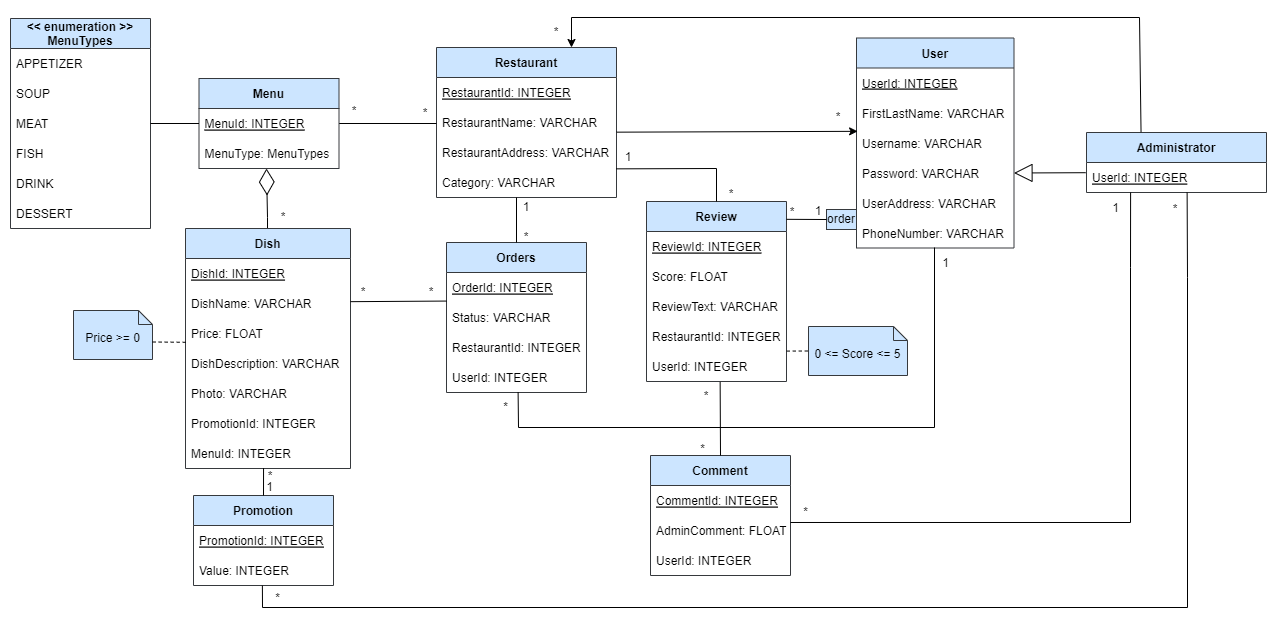
The draw.io diagram database.png in DanielaTomas/FEUP-LTW, before a commit. Source tidied: cells renumbered, new cells last; positions are measured from the earlier drawing's top-left corner, leaving out a move shared by most shapes.
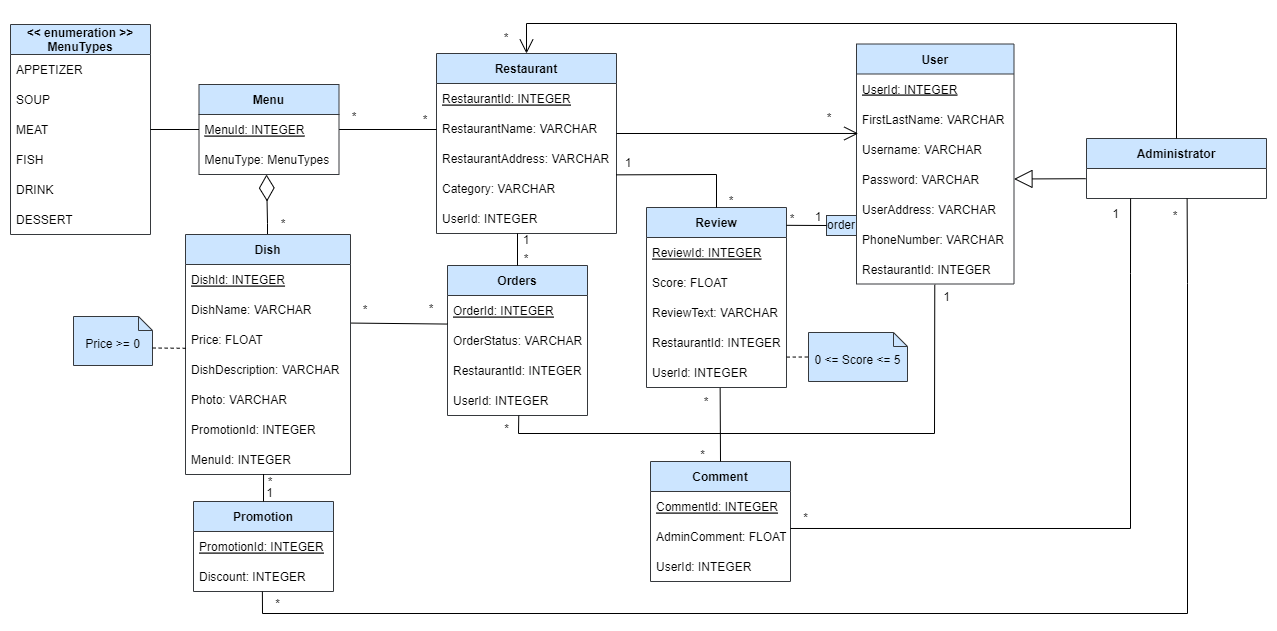
After the change.

What changed in the source:
```diff
@@ -3,7 +3,7 @@
     <mxCell id="0" />
     <mxCell id="1" parent="0" />
     <mxCell id="2" value="Restaurant" style="swimlane;fontStyle=1;horizontal=1;startSize=30;fillColor=#cce5ff;strokeColor=#36393d;" parent="1" vertex="1">
-      <mxGeometry x="426" y="31" width="180" height="150" as="geometry" />
+      <mxGeometry x="426" y="31" width="180" height="180" as="geometry" />
     </mxCell>
     <mxCell id="3" value="RestaurantId: INTEGER" style="text;strokeColor=none;fillColor=none;align=left;verticalAlign=middle;spacingLeft=4;spacingRight=4;overflow=hidden;fontStyle=4;" parent="2" vertex="1">
       <mxGeometry y="30" width="180" height="30" as="geometry" />
@@ -17,13 +17,16 @@
     <mxCell id="6" value="Category: VARCHAR" style="text;strokeColor=none;fillColor=none;align=left;verticalAlign=middle;spacingLeft=4;spacingRight=4;overflow=hidden;points=[[0,0.5],[1,0.5]];portConstraint=eastwest;" parent="2" vertex="1">
       <mxGeometry y="120" width="180" height="30" as="geometry" />
     </mxCell>
+    <mxCell id="63" value="UserId: INTEGER" style="text;strokeColor=none;fillColor=none;align=left;verticalAlign=middle;spacingLeft=4;spacingRight=4;overflow=hidden;points=[[0,0.5],[1,0.5]];portConstraint=eastwest;" parent="2" vertex="1">
+      <mxGeometry y="150" width="180" height="30" as="geometry" />
+    </mxCell>
     <mxCell id="7" value="Orders" style="swimlane;fontStyle=1;horizontal=1;startSize=30;fillColor=#cce5ff;strokeColor=#36393d;" parent="1" vertex="1">
-      <mxGeometry x="436" y="226" width="140" height="150" as="geometry" />
+      <mxGeometry x="437" y="243" width="140" height="150" as="geometry" />
     </mxCell>
     <mxCell id="8" value="OrderId: INTEGER" style="text;strokeColor=none;fillColor=none;align=left;verticalAlign=middle;spacingLeft=4;spacingRight=4;overflow=hidden;fontStyle=4;" parent="7" vertex="1">
       <mxGeometry y="30" width="140" height="30" as="geometry" />
     </mxCell>
-    <mxCell id="9" value="Status: VARCHAR" style="text;strokeColor=none;fillColor=none;align=left;verticalAlign=middle;spacingLeft=4;spacingRight=4;overflow=hidden;points=[[0,0.5],[1,0.5]];portConstraint=eastwest;" parent="7" vertex="1">
+    <mxCell id="9" value="OrderStatus: VARCHAR" style="text;strokeColor=none;fillColor=none;align=left;verticalAlign=middle;spacingLeft=4;spacingRight=4;overflow=hidden;points=[[0,0.5],[1,0.5]];portConstraint=eastwest;" parent="7" vertex="1">
       <mxGeometry y="60" width="140" height="30" as="geometry" />
     </mxCell>
     <mxCell id="10" value="RestaurantId: INTEGER" style="text;strokeColor=none;fillColor=none;align=left;verticalAlign=middle;spacingLeft=4;spacingRight=4;overflow=hidden;" parent="7" vertex="1">
@@ -33,7 +36,7 @@
       <mxGeometry y="120" width="140" height="30" as="geometry" />
     </mxCell>
     <mxCell id="12" value="User" style="swimlane;fontStyle=1;horizontal=1;startSize=30;fillColor=#cce5ff;strokeColor=#36393d;" parent="1" vertex="1">
-      <mxGeometry x="846" y="21.5" width="157.5" height="210" as="geometry" />
+      <mxGeometry x="846" y="21.5" width="157.5" height="240" as="geometry" />
     </mxCell>
     <mxCell id="13" value="UserId: INTEGER" style="text;strokeColor=none;fillColor=none;align=left;verticalAlign=middle;spacingLeft=4;spacingRight=4;overflow=hidden;fontStyle=4;" parent="12" vertex="1">
       <mxGeometry y="30" width="157.5" height="30" as="geometry" />
@@ -53,6 +56,9 @@
     <mxCell id="18" value="PhoneNumber: VARCHAR" style="text;strokeColor=none;fillColor=none;align=left;verticalAlign=middle;spacingLeft=4;spacingRight=4;overflow=hidden;" parent="12" vertex="1">
       <mxGeometry y="180" width="157.5" height="30" as="geometry" />
     </mxCell>
+    <mxCell id="95" value="RestaurantId: INTEGER" style="text;strokeColor=none;fillColor=none;align=left;verticalAlign=middle;spacingLeft=4;spacingRight=4;overflow=hidden;points=[[0,0.5],[1,0.5]];portConstraint=eastwest;" parent="12" vertex="1">
+      <mxGeometry y="210" width="157.5" height="30" as="geometry" />
+    </mxCell>
     <mxCell id="19" style="endArrow=none;html=1;rounded=0;entryX=1;entryY=0.5;entryDx=0;entryDy=0;" parent="1" edge="1" target="36">
       <mxGeometry relative="1" as="geometry">
         <mxPoint x="426" y="107" as="sourcePoint" />
@@ -76,10 +82,8 @@
     <mxCell id="25" value="UserId: INTEGER" style="text;strokeColor=none;fillColor=none;align=left;verticalAlign=middle;spacingLeft=4;spacingRight=4;overflow=hidden;points=[[0,0.5],[1,0.5]];portConstraint=eastwest;fontStyle=0;" parent="20" vertex="1">
       <mxGeometry y="150" width="140" height="30" as="geometry" />
     </mxCell>
-    <mxCell id="26" style="endArrow=none;html=1;rounded=0;entryX=0.5;entryY=0;entryDx=0;entryDy=0;" parent="1" edge="1" target="7">
-      <mxGeometry relative="1" as="geometry">
-        <mxPoint x="506" y="181" as="sourcePoint" />
-      </mxGeometry>
+    <mxCell id="26" style="endArrow=none;html=1;rounded=0;entryX=0.5;entryY=0;entryDx=0;entryDy=0;exitX=0.45;exitY=0.997;exitDx=0;exitDy=0;exitPerimeter=0;" parent="1" edge="1" source="63" target="7">
+      <mxGeometry relative="1" as="geometry" />
     </mxCell>
     <mxCell id="27" value="Dish" style="swimlane;fontStyle=1;horizontal=1;startSize=30;fillColor=#cce5ff;strokeColor=#36393d;" parent="1" vertex="1">
       <mxGeometry x="175" y="212" width="165" height="240" as="geometry" />
@@ -150,10 +154,10 @@
       <mxGeometry x="243" y="186" width="60" height="31" as="geometry" />
     </mxCell>
     <mxCell id="48" value="1" style="text;html=1;strokeColor=none;fillColor=none;align=center;verticalAlign=middle;whiteSpace=wrap;rounded=0;" parent="1" vertex="1">
-      <mxGeometry x="486" y="175" width="60" height="31" as="geometry" />
+      <mxGeometry x="495" y="202.5" width="42" height="31" as="geometry" />
     </mxCell>
     <mxCell id="49" value="*" style="text;html=1;strokeColor=none;fillColor=none;align=center;verticalAlign=middle;whiteSpace=wrap;rounded=0;" parent="1" vertex="1">
-      <mxGeometry x="486" y="206" width="60" height="31" as="geometry" />
+      <mxGeometry x="486" y="221" width="60" height="31" as="geometry" />
     </mxCell>
     <mxCell id="50" value="*" style="text;html=1;strokeColor=none;fillColor=none;align=center;verticalAlign=middle;whiteSpace=wrap;rounded=0;" parent="1" vertex="1">
       <mxGeometry x="385" y="82" width="60" height="31" as="geometry" />
@@ -174,14 +178,14 @@
     <mxCell id="54" value="1" style="text;html=1;strokeColor=none;fillColor=none;align=center;verticalAlign=middle;whiteSpace=wrap;rounded=0;" parent="1" vertex="1">
       <mxGeometry x="588" y="125" width="60" height="31" as="geometry" />
     </mxCell>
-    <mxCell id="55" style="endArrow=none;html=1;rounded=0;entryX=1;entryY=0.439;entryDx=0;entryDy=0;exitX=0;exitY=-0.048;exitDx=0;exitDy=0;exitPerimeter=0;entryPerimeter=0;" parent="1" edge="1" source="9" target="29">
+    <mxCell id="55" style="endArrow=none;html=1;rounded=0;entryX=1.003;entryY=0.952;entryDx=0;entryDy=0;exitX=0;exitY=-0.048;exitDx=0;exitDy=0;exitPerimeter=0;entryPerimeter=0;" parent="1" edge="1" source="9" target="29">
       <mxGeometry relative="1" as="geometry" />
     </mxCell>
     <mxCell id="56" value="*" style="text;html=1;strokeColor=none;fillColor=none;align=center;verticalAlign=middle;whiteSpace=wrap;rounded=0;" parent="1" vertex="1">
-      <mxGeometry x="323" y="260" width="60" height="31" as="geometry" />
+      <mxGeometry x="325" y="272" width="60" height="31" as="geometry" />
     </mxCell>
     <mxCell id="57" value="*" style="text;html=1;strokeColor=none;fillColor=none;align=center;verticalAlign=middle;whiteSpace=wrap;rounded=0;" parent="1" vertex="1">
-      <mxGeometry x="391" y="260.5" width="60" height="31" as="geometry" />
+      <mxGeometry x="391" y="271" width="60" height="31" as="geometry" />
     </mxCell>
     <mxCell id="58" value="0 &amp;lt;= Score &amp;lt;= 5" style="shape=note2;boundedLbl=1;whiteSpace=wrap;html=1;size=14;verticalAlign=top;align=center;fillColor=#cce5ff;strokeColor=#36393d;" parent="1" vertex="1">
       <mxGeometry x="798" y="310" width="99" height="49" as="geometry" />
@@ -198,15 +202,13 @@
     <mxCell id="62" value="Administrator" style="swimlane;fontStyle=1;horizontal=1;startSize=30;fillColor=#cce5ff;strokeColor=#36393d;" parent="1" vertex="1">
       <mxGeometry x="1076" y="116" width="180" height="60" as="geometry" />
     </mxCell>
-    <mxCell id="63" value="UserId: INTEGER" style="text;strokeColor=none;fillColor=none;align=left;verticalAlign=middle;spacingLeft=4;spacingRight=4;overflow=hidden;points=[[0,0.5],[1,0.5]];portConstraint=eastwest;fontStyle=4;" parent="62" vertex="1">
-      <mxGeometry y="30" width="180" height="30" as="geometry" />
-    </mxCell>
-    <mxCell id="64" style="endArrow=block;endSize=16;endFill=0;html=1;rounded=0;entryX=1;entryY=0.5;entryDx=0;entryDy=0;exitX=-0.004;exitY=0.34;exitDx=0;exitDy=0;exitPerimeter=0;" parent="1" edge="1" source="63" target="16">
-      <mxGeometry relative="1" as="geometry" />
+    <mxCell id="64" style="endArrow=block;endSize=16;endFill=0;html=1;rounded=0;entryX=1;entryY=0.5;entryDx=0;entryDy=0;exitX=-0.004;exitY=0.34;exitDx=0;exitDy=0;exitPerimeter=0;" parent="1" edge="1" target="16">
+      <mxGeometry relative="1" as="geometry">
+        <mxPoint x="1075.3" y="156.2" as="sourcePoint" />
+      </mxGeometry>
     </mxCell>
-    <mxCell id="65" style="endArrow=none;html=1;rounded=0;exitX=0.705;exitY=-0.013;exitDx=0;exitDy=0;exitPerimeter=0;" parent="1" edge="1" source="66">
+    <mxCell id="65" style="endArrow=none;html=1;rounded=0;exitX=0.509;exitY=1.006;exitDx=0;exitDy=0;exitPerimeter=0;entryX=0.497;entryY=1.026;entryDx=0;entryDy=0;entryPerimeter=0;" parent="1" edge="1" source="11" target="95">
       <mxGeometry relative="1" as="geometry">
-        <mxPoint x="924" y="231" as="targetPoint" />
         <Array as="points">
           <mxPoint x="508" y="411" />
           <mxPoint x="924" y="411" />
@@ -214,7 +216,7 @@
       </mxGeometry>
     </mxCell>
     <mxCell id="66" value="*" style="text;html=1;strokeColor=none;fillColor=none;align=center;verticalAlign=middle;whiteSpace=wrap;rounded=0;" parent="1" vertex="1">
-      <mxGeometry x="466" y="376" width="59" height="30" as="geometry" />
+      <mxGeometry x="467" y="392" width="59" height="30" as="geometry" />
     </mxCell>
     <mxCell id="67" value="Comment" style="swimlane;fontStyle=1;horizontal=1;startSize=30;fillColor=#cce5ff;strokeColor=#36393d;" parent="1" vertex="1">
       <mxGeometry x="640" y="439" width="140" height="120" as="geometry" />
@@ -237,8 +239,9 @@
     <mxCell id="73" value="*" style="text;html=1;strokeColor=none;fillColor=none;align=center;verticalAlign=middle;whiteSpace=wrap;rounded=0;" parent="1" vertex="1">
       <mxGeometry x="663" y="418" width="59" height="30" as="geometry" />
     </mxCell>
-    <mxCell id="74" style="endArrow=none;html=1;rounded=0;exitX=1;exitY=0.233;exitDx=0;exitDy=0;exitPerimeter=0;entryX=0.245;entryY=1;entryDx=0;entryDy=0;entryPerimeter=0;" parent="1" edge="1" source="69" target="63">
+    <mxCell id="74" style="endArrow=none;html=1;rounded=0;exitX=1;exitY=0.233;exitDx=0;exitDy=0;exitPerimeter=0;entryX=0.245;entryY=1;entryDx=0;entryDy=0;entryPerimeter=0;" parent="1" edge="1" source="69">
       <mxGeometry relative="1" as="geometry">
+        <mxPoint x="1120.1" y="176" as="targetPoint" />
         <Array as="points">
           <mxPoint x="1120" y="506" />
           <mxPoint x="1120" y="251" />
@@ -254,7 +257,7 @@
     <mxCell id="77" value="PromotionId: INTEGER" style="text;strokeColor=none;fillColor=none;align=left;verticalAlign=middle;spacingLeft=4;spacingRight=4;overflow=hidden;fontStyle=4;" parent="76" vertex="1">
       <mxGeometry y="30" width="140" height="30" as="geometry" />
     </mxCell>
-    <mxCell id="78" value="Value: INTEGER" style="text;strokeColor=none;fillColor=none;align=left;verticalAlign=middle;spacingLeft=4;spacingRight=4;overflow=hidden;points=[[0,0.5],[1,0.5]];portConstraint=eastwest;fontStyle=0;" parent="76" vertex="1">
+    <mxCell id="78" value="Discount: INTEGER" style="text;strokeColor=none;fillColor=none;align=left;verticalAlign=middle;spacingLeft=4;spacingRight=4;overflow=hidden;points=[[0,0.5],[1,0.5]];portConstraint=eastwest;fontStyle=0;" parent="76" vertex="1">
       <mxGeometry y="60" width="140" height="30" as="geometry" />
     </mxCell>
     <mxCell id="79" style="endArrow=none;html=1;rounded=0;entryX=0.5;entryY=0;entryDx=0;entryDy=0;exitX=0.473;exitY=0.986;exitDx=0;exitDy=0;exitPerimeter=0;" parent="1" edge="1" source="34" target="76">
@@ -278,8 +281,9 @@
     <mxCell id="85" value="*" style="text;html=1;strokeColor=none;fillColor=none;align=center;verticalAlign=middle;whiteSpace=wrap;rounded=0;" parent="1" vertex="1">
       <mxGeometry x="1135" y="178" width="60" height="31" as="geometry" />
     </mxCell>
-    <mxCell id="86" style="endArrow=none;html=1;rounded=0;entryX=0.559;entryY=1.004;entryDx=0;entryDy=0;entryPerimeter=0;exitX=0.492;exitY=1.003;exitDx=0;exitDy=0;exitPerimeter=0;" parent="1" edge="1" source="78" target="63">
+    <mxCell id="86" style="endArrow=none;html=1;rounded=0;entryX=0.559;entryY=1.004;entryDx=0;entryDy=0;entryPerimeter=0;exitX=0.492;exitY=1.003;exitDx=0;exitDy=0;exitPerimeter=0;" parent="1" edge="1" source="78">
       <mxGeometry relative="1" as="geometry">
+        <mxPoint x="1176.6" y="176.1" as="targetPoint" />
         <Array as="points">
           <mxPoint x="252" y="591" />
           <mxPoint x="1177" y="591" />
@@ -291,10 +295,10 @@
       <mxGeometry x="238" y="567" width="59" height="30" as="geometry" />
     </mxCell>
     <mxCell id="88" value="1" style="text;html=1;strokeColor=none;fillColor=none;align=center;verticalAlign=middle;whiteSpace=wrap;rounded=0;" parent="1" vertex="1">
-      <mxGeometry x="906" y="231.5" width="59" height="30" as="geometry" />
+      <mxGeometry x="907" y="260" width="59" height="30" as="geometry" />
     </mxCell>
     <mxCell id="89" value="*" style="text;html=1;strokeColor=none;fillColor=none;align=center;verticalAlign=middle;whiteSpace=wrap;rounded=0;" parent="1" vertex="1">
-      <mxGeometry x="516" width="60" height="31" as="geometry" />
+      <mxGeometry x="466" width="60" height="31" as="geometry" />
     </mxCell>
     <mxCell id="90" value="order" style="rounded=0;whiteSpace=wrap;html=1;fillColor=#cce5ff;strokeColor=#36393d;" parent="1" vertex="1">
       <mxGeometry x="816" y="193" width="30" height="20" as="geometry" />
@@ -302,21 +306,24 @@
     <mxCell id="91" style="endArrow=none;html=1;rounded=0;entryX=0;entryY=0.5;entryDx=0;entryDy=0;exitX=1;exitY=0.099;exitDx=0;exitDy=0;exitPerimeter=0;" parent="1" edge="1" source="20" target="90">
       <mxGeometry relative="1" as="geometry" />
     </mxCell>
-    <mxCell id="92" style="endArrow=classic;html=1;rounded=0;entryX=0.007;entryY=1.111;entryDx=0;entryDy=0;exitX=0.269;exitY=0.989;exitDx=0;exitDy=0;entryPerimeter=0;exitPerimeter=0;" parent="1" edge="1" target="14">
-      <mxGeometry relative="1" as="geometry">
-        <mxPoint x="606.1" y="115.7" as="sourcePoint" />
-      </mxGeometry>
-    </mxCell>
-    <mxCell id="93" style="endArrow=classic;html=1;rounded=0;exitX=0.303;exitY=-0.006;exitDx=0;exitDy=0;exitPerimeter=0;entryX=0.75;entryY=0;entryDx=0;entryDy=0;" parent="1" edge="1" source="62" target="2">
+    <mxCell id="93" style="endArrow=open;endFill=1;endSize=12;html=1;rounded=0;exitX=0.5;exitY=0;exitDx=0;exitDy=0;entryX=0.5;entryY=0;entryDx=0;entryDy=0;" parent="1" edge="1" source="62" target="2">
       <mxGeometry relative="1" as="geometry">
         <Array as="points">
-          <mxPoint x="1129" y="1" />
-          <mxPoint x="561" y="1" />
+          <mxPoint x="1166" y="1" />
+          <mxPoint x="516" y="1" />
         </Array>
       </mxGeometry>
     </mxCell>
+    <mxCell id="96" style="edgeStyle=orthogonalEdgeStyle;rounded=0;orthogonalLoop=1;jettySize=auto;html=1;exitX=0.5;exitY=1;exitDx=0;exitDy=0;" parent="1" edge="1" source="89" target="89">
+      <mxGeometry relative="1" as="geometry" />
+    </mxCell>
+    <mxCell id="97" style="endArrow=open;endFill=1;endSize=12;html=1;rounded=0;entryX=0.011;entryY=-0.017;entryDx=0;entryDy=0;entryPerimeter=0;" parent="1" edge="1" target="15">
+      <mxGeometry relative="1" as="geometry">
+        <mxPoint x="606" y="111" as="sourcePoint" />
+      </mxGeometry>
+    </mxCell>
     <mxCell id="94" value="*" style="text;html=1;strokeColor=none;fillColor=none;align=center;verticalAlign=middle;whiteSpace=wrap;rounded=0;" parent="1" vertex="1">
-      <mxGeometry x="798" y="85" width="60" height="31" as="geometry" />
+      <mxGeometry x="789" y="80" width="60" height="31" as="geometry" />
     </mxCell>
   </root>
 </mxGraphModel>
```
